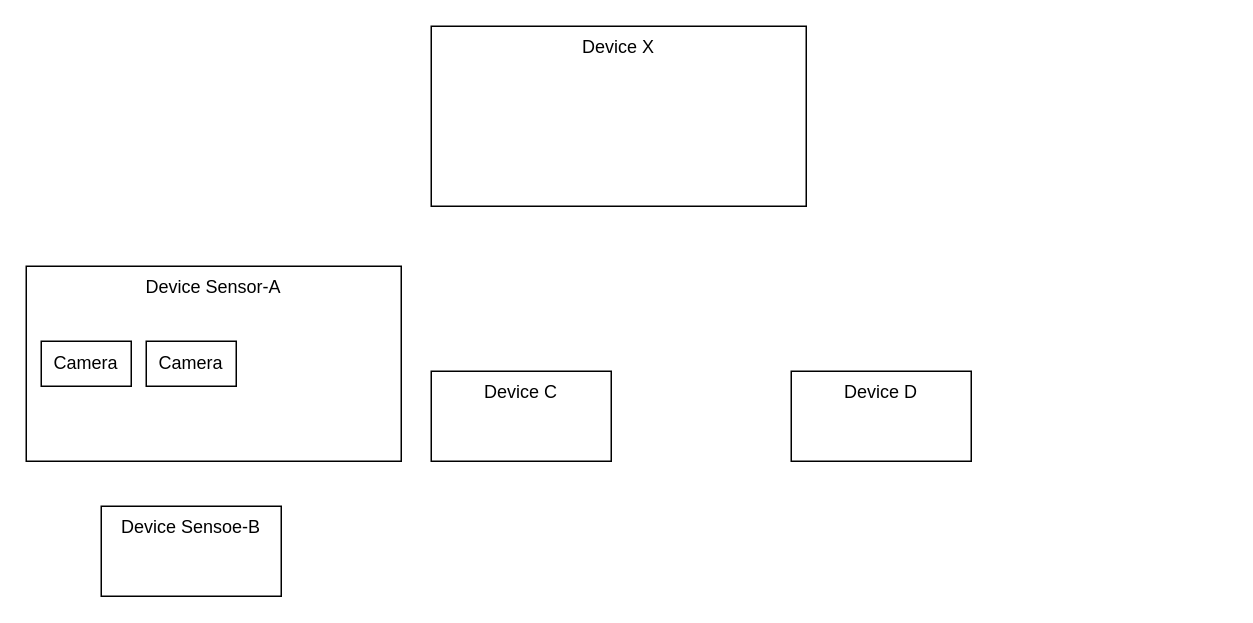
This is nnstreamer/pipeline-description/EdgeAIPipeline.drawio from myungjoo/document-assets, a draw.io file, before an edit. Source tidied: cells renumbered, new cells numbered last; positions are measured from the earlier drawing's top-left corner, leaving out a move shared by most shapes. Both pictures are drawn from the tidied source at 150%, with x=0, y=0 at pixel (26, 26).
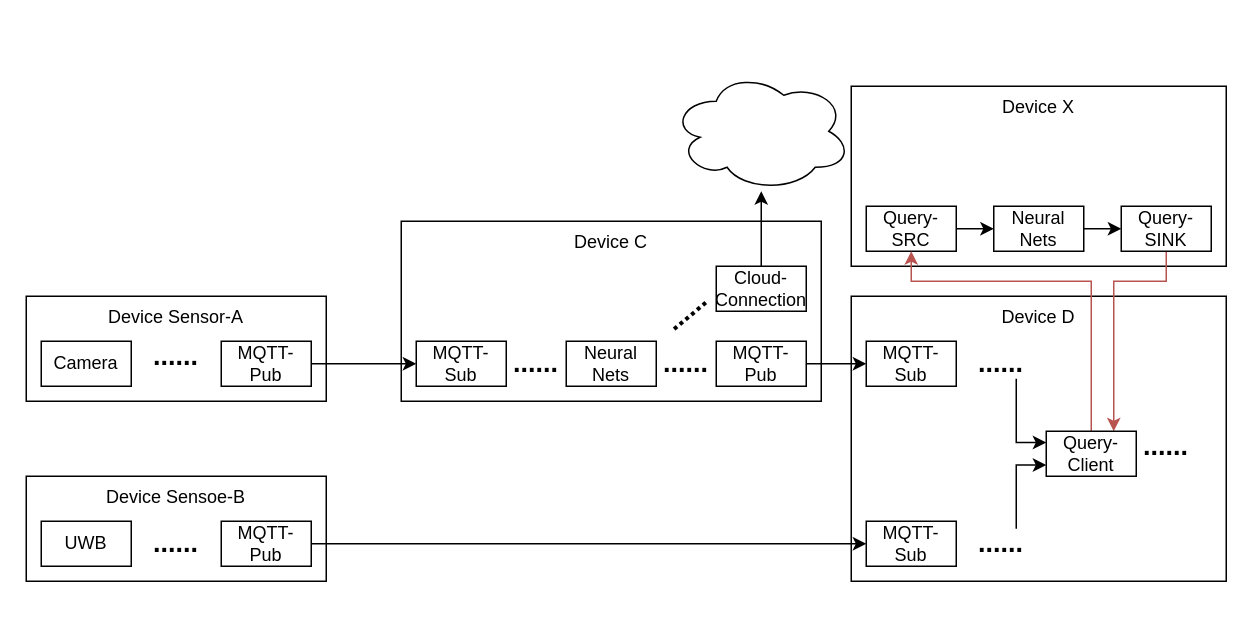
The same page after the edit.

Diff of the diagram source:
```diff
@@
     <mxCell id="2" value="Device Sensor-A" style="rounded=0;whiteSpace=wrap;html=1;verticalAlign=top;" parent="1" vertex="1">
-      <mxGeometry y="160" width="250" height="130" as="geometry" />
+      <mxGeometry y="180" width="200" height="70" as="geometry" />
     </mxCell>
     <mxCell id="3" value="Device Sensoe-B" style="rounded=0;whiteSpace=wrap;html=1;verticalAlign=top;" parent="1" vertex="1">
-      <mxGeometry x="50" y="320" width="120" height="60" as="geometry" />
+      <mxGeometry y="300" width="200" height="70" as="geometry" />
     </mxCell>
     <mxCell id="4" value="Device C" style="rounded=0;whiteSpace=wrap;html=1;verticalAlign=top;" parent="1" vertex="1">
-      <mxGeometry x="270" y="230" width="120" height="60" as="geometry" />
+      <mxGeometry x="250" y="130" width="280" height="120" as="geometry" />
     </mxCell>
     <mxCell id="5" value="Device D" style="rounded=0;whiteSpace=wrap;html=1;verticalAlign=top;" parent="1" vertex="1">
-      <mxGeometry x="510" y="230" width="120" height="60" as="geometry" />
+      <mxGeometry x="550" y="180" width="250" height="190" as="geometry" />
     </mxCell>
     <mxCell id="6" value="Device X" style="rounded=0;whiteSpace=wrap;html=1;verticalAlign=top;" parent="1" vertex="1">
-      <mxGeometry x="270" width="250" height="120" as="geometry" />
+      <mxGeometry x="550" y="40" width="250" height="120" as="geometry" />
     </mxCell>
@@
+    <mxCell id="9" style="edgeStyle=orthogonalEdgeStyle;rounded=0;jettySize=auto;html=1;exitX=1;exitY=0.5;exitDx=0;exitDy=0;entryX=0;entryY=0.5;entryDx=0;entryDy=0;" parent="1" edge="1" source="8" target="15">
+      <mxGeometry relative="1" as="geometry" />
+    </mxCell>
-    <mxCell id="8" value="Camera" style="rounded=0;whiteSpace=wrap;html=1;" parent="1" vertex="1">
-      <mxGeometry x="80" y="210" width="60" height="30" as="geometry" />
+    <mxCell id="8" value="MQTT-Pub" style="rounded=0;whiteSpace=wrap;html=1;" parent="1" vertex="1">
+      <mxGeometry x="130" y="210" width="60" height="30" as="geometry" />
     </mxCell>
+    <mxCell id="10" value="&lt;b&gt;&lt;font style=&quot;font-size: 18px&quot;&gt;......&lt;/font&gt;&lt;/b&gt;" style="text;html=1;strokeColor=none;fillColor=none;align=center;verticalAlign=middle;whiteSpace=wrap;rounded=0;" parent="1" vertex="1">
+      <mxGeometry x="80" y="210" width="40" height="20" as="geometry" />
+    </mxCell>
+    <mxCell id="11" value="UWB" style="rounded=0;whiteSpace=wrap;html=1;" parent="1" vertex="1">
+      <mxGeometry x="10" y="330" width="60" height="30" as="geometry" />
+    </mxCell>
+    <mxCell id="12" style="edgeStyle=orthogonalEdgeStyle;rounded=0;jettySize=auto;html=1;exitX=1;exitY=0.5;exitDx=0;exitDy=0;entryX=0;entryY=0.5;entryDx=0;entryDy=0;" parent="1" edge="1" source="13" target="28">
+      <mxGeometry relative="1" as="geometry" />
+    </mxCell>
+    <mxCell id="13" value="MQTT-Pub" style="rounded=0;whiteSpace=wrap;html=1;" parent="1" vertex="1">
+      <mxGeometry x="130" y="330" width="60" height="30" as="geometry" />
+    </mxCell>
+    <mxCell id="14" value="&lt;b&gt;&lt;font style=&quot;font-size: 18px&quot;&gt;......&lt;/font&gt;&lt;/b&gt;" style="text;html=1;strokeColor=none;fillColor=none;align=center;verticalAlign=middle;whiteSpace=wrap;rounded=0;" parent="1" vertex="1">
+      <mxGeometry x="80" y="335" width="40" height="20" as="geometry" />
+    </mxCell>
+    <mxCell id="15" value="MQTT-Sub" style="rounded=0;whiteSpace=wrap;html=1;" parent="1" vertex="1">
+      <mxGeometry x="260" y="210" width="60" height="30" as="geometry" />
+    </mxCell>
+    <mxCell id="16" value="Neural Nets" style="rounded=0;whiteSpace=wrap;html=1;" parent="1" vertex="1">
+      <mxGeometry x="360" y="210" width="60" height="30" as="geometry" />
+    </mxCell>
+    <mxCell id="17" value="&lt;b&gt;&lt;font style=&quot;font-size: 18px&quot;&gt;......&lt;/font&gt;&lt;/b&gt;" style="text;html=1;strokeColor=none;fillColor=none;align=center;verticalAlign=middle;whiteSpace=wrap;rounded=0;" parent="1" vertex="1">
+      <mxGeometry x="320" y="215" width="40" height="20" as="geometry" />
+    </mxCell>
+    <mxCell id="18" value="&lt;b&gt;&lt;font style=&quot;font-size: 18px&quot;&gt;......&lt;/font&gt;&lt;/b&gt;" style="text;html=1;strokeColor=none;fillColor=none;align=center;verticalAlign=middle;whiteSpace=wrap;rounded=0;" parent="1" vertex="1">
+      <mxGeometry x="420" y="215" width="40" height="20" as="geometry" />
+    </mxCell>
+    <mxCell id="19" style="edgeStyle=orthogonalEdgeStyle;rounded=0;jettySize=auto;html=1;exitX=1;exitY=0.5;exitDx=0;exitDy=0;entryX=0;entryY=0.5;entryDx=0;entryDy=0;" parent="1" edge="1" source="20" target="27">
+      <mxGeometry relative="1" as="geometry" />
+    </mxCell>
+    <mxCell id="20" value="MQTT-Pub" style="rounded=0;whiteSpace=wrap;html=1;" parent="1" vertex="1">
+      <mxGeometry x="460" y="210" width="60" height="30" as="geometry" />
+    </mxCell>
+    <mxCell id="21" style="edgeStyle=orthogonalEdgeStyle;rounded=0;jettySize=auto;html=1;exitX=1;exitY=0.5;exitDx=0;exitDy=0;entryX=0;entryY=0.5;entryDx=0;entryDy=0;" parent="1" edge="1" source="22" target="26">
+      <mxGeometry relative="1" as="geometry" />
+    </mxCell>
+    <mxCell id="22" value="Query-SRC" style="rounded=0;whiteSpace=wrap;html=1;" parent="1" vertex="1">
+      <mxGeometry x="560" y="120" width="60" height="30" as="geometry" />
+    </mxCell>
+    <mxCell id="23" style="edgeStyle=orthogonalEdgeStyle;rounded=0;jettySize=auto;html=1;exitX=0.5;exitY=1;exitDx=0;exitDy=0;entryX=0.75;entryY=0;entryDx=0;entryDy=0;fillColor=#f8cecc;strokeColor=#b85450;" parent="1" edge="1" source="24" target="30">
+      <mxGeometry relative="1" as="geometry">
+        <Array as="points">
+          <mxPoint x="760" y="170" />
+          <mxPoint x="725" y="170" />
+        </Array>
+      </mxGeometry>
+    </mxCell>
+    <mxCell id="24" value="Query-SINK" style="rounded=0;whiteSpace=wrap;html=1;" parent="1" vertex="1">
+      <mxGeometry x="730" y="120" width="60" height="30" as="geometry" />
+    </mxCell>
+    <mxCell id="25" style="edgeStyle=orthogonalEdgeStyle;rounded=0;jettySize=auto;html=1;exitX=1;exitY=0.5;exitDx=0;exitDy=0;entryX=0;entryY=0.5;entryDx=0;entryDy=0;" parent="1" edge="1" source="26" target="24">
+      <mxGeometry relative="1" as="geometry" />
+    </mxCell>
+    <mxCell id="26" value="Neural Nets" style="rounded=0;whiteSpace=wrap;html=1;" parent="1" vertex="1">
+      <mxGeometry x="645" y="120" width="60" height="30" as="geometry" />
+    </mxCell>
+    <mxCell id="27" value="MQTT-Sub" style="rounded=0;whiteSpace=wrap;html=1;" parent="1" vertex="1">
+      <mxGeometry x="560" y="210" width="60" height="30" as="geometry" />
+    </mxCell>
+    <mxCell id="28" value="MQTT-Sub" style="rounded=0;whiteSpace=wrap;html=1;" parent="1" vertex="1">
+      <mxGeometry x="560" y="330" width="60" height="30" as="geometry" />
+    </mxCell>
+    <mxCell id="29" style="edgeStyle=orthogonalEdgeStyle;rounded=0;jettySize=auto;html=1;exitX=0.5;exitY=0;exitDx=0;exitDy=0;entryX=0.5;entryY=1;entryDx=0;entryDy=0;fillColor=#f8cecc;strokeColor=#b85450;" parent="1" edge="1" source="30" target="22">
+      <mxGeometry relative="1" as="geometry">
+        <Array as="points">
+          <mxPoint x="710" y="170" />
+          <mxPoint x="590" y="170" />
+        </Array>
+      </mxGeometry>
+    </mxCell>
+    <mxCell id="30" value="Query-Client" style="rounded=0;whiteSpace=wrap;html=1;" parent="1" vertex="1">
+      <mxGeometry x="680" y="270" width="60" height="30" as="geometry" />
+    </mxCell>
+    <mxCell id="31" style="edgeStyle=orthogonalEdgeStyle;rounded=0;jettySize=auto;html=1;exitX=0.75;exitY=0;exitDx=0;exitDy=0;entryX=0;entryY=0.75;entryDx=0;entryDy=0;" parent="1" edge="1" source="32" target="30">
+      <mxGeometry relative="1" as="geometry" />
+    </mxCell>
+    <mxCell id="32" value="&lt;b&gt;&lt;font style=&quot;font-size: 18px&quot;&gt;......&lt;/font&gt;&lt;/b&gt;" style="text;html=1;strokeColor=none;fillColor=none;align=center;verticalAlign=middle;whiteSpace=wrap;rounded=0;" parent="1" vertex="1">
+      <mxGeometry x="630" y="335" width="40" height="20" as="geometry" />
+    </mxCell>
+    <mxCell id="33" style="edgeStyle=orthogonalEdgeStyle;rounded=0;jettySize=auto;html=1;exitX=0.75;exitY=1;exitDx=0;exitDy=0;entryX=0;entryY=0.25;entryDx=0;entryDy=0;" parent="1" edge="1" source="34" target="30">
+      <mxGeometry relative="1" as="geometry" />
+    </mxCell>
+    <mxCell id="34" value="&lt;b&gt;&lt;font style=&quot;font-size: 18px&quot;&gt;......&lt;/font&gt;&lt;/b&gt;" style="text;html=1;strokeColor=none;fillColor=none;align=center;verticalAlign=middle;whiteSpace=wrap;rounded=0;" parent="1" vertex="1">
+      <mxGeometry x="630" y="215" width="40" height="20" as="geometry" />
+    </mxCell>
+    <mxCell id="35" style="ellipse;shape=cloud;whiteSpace=wrap;html=1;" parent="1" vertex="1">
+      <mxGeometry x="430" y="30" width="120" height="80" as="geometry" />
+    </mxCell>
+    <mxCell id="36" style="edgeStyle=orthogonalEdgeStyle;rounded=0;jettySize=auto;html=1;exitX=0.5;exitY=0;exitDx=0;exitDy=0;" parent="1" edge="1" source="37" target="35">
+      <mxGeometry relative="1" as="geometry" />
+    </mxCell>
+    <mxCell id="37" value="Cloud-Connection" style="rounded=0;whiteSpace=wrap;html=1;" parent="1" vertex="1">
+      <mxGeometry x="460" y="160" width="60" height="30" as="geometry" />
+    </mxCell>
+    <mxCell id="38" value="&lt;b&gt;&lt;font style=&quot;font-size: 18px&quot;&gt;......&lt;/font&gt;&lt;/b&gt;" style="text;html=1;strokeColor=none;fillColor=none;align=center;verticalAlign=middle;whiteSpace=wrap;rounded=0;rotation=-40;" parent="1" vertex="1">
+      <mxGeometry x="420" y="180" width="40" height="20" as="geometry" />
+    </mxCell>
+    <mxCell id="39" value="&lt;b&gt;&lt;font style=&quot;font-size: 18px&quot;&gt;......&lt;/font&gt;&lt;/b&gt;" style="text;html=1;strokeColor=none;fillColor=none;align=center;verticalAlign=middle;whiteSpace=wrap;rounded=0;" parent="1" vertex="1">
+      <mxGeometry x="740" y="270" width="40" height="20" as="geometry" />
+    </mxCell>
```
